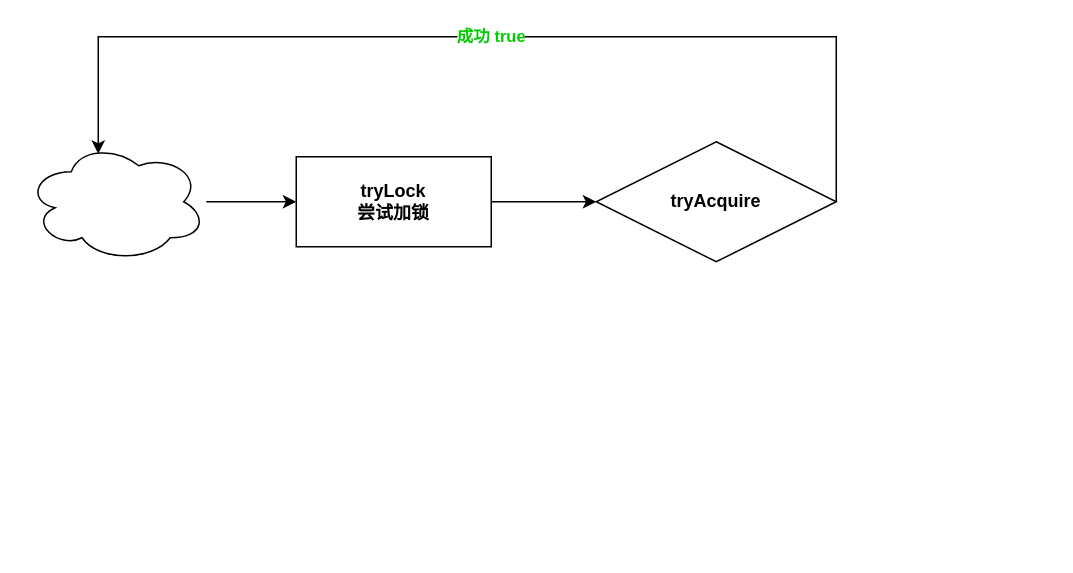
The draw.io diagram redisson分布式锁流程.drawio in ChrisFynnWang/algorithm, before the edit. Source tidied: cells renumbered, new cells numbered last; positions are measured from the earlier drawing's top-left corner, leaving out a move shared by most shapes. Both pictures are drawn from the tidied source at 150%, with x=0, y=0 at pixel (26, 36).
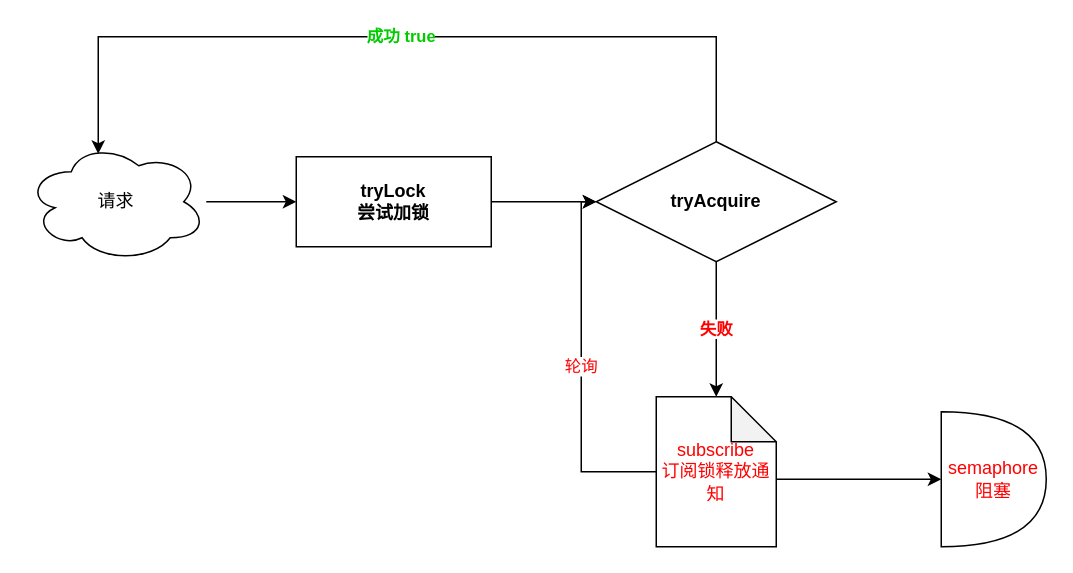
The same diagram, later.

Commit message (it also covers changes not shown here):
更新redisson分布式锁流程.drawio

What changed in the source:
```diff
@@
 <mxGraphModel>
   <root>
     <mxCell id="0" />
     <mxCell id="1" parent="0" />
     <mxCell id="2" style="edgeStyle=orthogonalEdgeStyle;rounded=0;jettySize=auto;html=1;entryX=0;entryY=0.5;entryDx=0;entryDy=0;" parent="1" edge="1" source="3" target="5">
       <mxGeometry relative="1" as="geometry" />
     </mxCell>
     <mxCell id="3" value="&lt;b&gt;tryLock&lt;br&gt;尝试加锁&lt;/b&gt;" style="rounded=0;whiteSpace=wrap;html=1;" parent="1" vertex="1">
       <mxGeometry x="180" y="80" width="130" height="60" as="geometry" />
     </mxCell>
-    <mxCell id="4" value="成功 true" style="edgeStyle=elbowEdgeStyle;rounded=0;jettySize=auto;html=1;exitX=1;exitY=0.5;exitDx=0;exitDy=0;fontColor=#00CC00;strokeColor=#000000;fillColor=#000000;entryX=0.4;entryY=0.1;entryDx=0;entryDy=0;entryPerimeter=0;elbow=vertical;fontStyle=1;" parent="1" edge="1" source="5" target="7">
+    <mxCell id="4" value="成功 true" style="edgeStyle=elbowEdgeStyle;rounded=0;jettySize=auto;html=1;fontColor=#00CC00;strokeColor=#000000;fillColor=#000000;entryX=0.4;entryY=0.1;entryDx=0;entryDy=0;entryPerimeter=0;elbow=vertical;fontStyle=1;exitX=0.5;exitY=0;exitDx=0;exitDy=0;" parent="1" edge="1" source="5" target="7">
       <mxGeometry relative="1" as="geometry">
         <Array as="points">
           <mxPoint x="290" />
         </Array>
       </mxGeometry>
     </mxCell>
+    <mxCell id="8" value="&lt;font color=&quot;#ff0000&quot;&gt;失败&lt;/font&gt;" style="edgeStyle=elbowEdgeStyle;rounded=0;jettySize=auto;elbow=vertical;html=1;exitX=0.5;exitY=1;exitDx=0;exitDy=0;entryX=0.5;entryY=0;entryDx=0;entryDy=0;fontColor=#000000;strokeColor=#000000;fillColor=#000000;fontStyle=1;entryPerimeter=0;" parent="1" edge="1" source="5" target="11">
+      <mxGeometry relative="1" as="geometry" />
+    </mxCell>
     <mxCell id="5" value="tryAcquire" style="rhombus;whiteSpace=wrap;html=1;fontStyle=1;" parent="1" vertex="1">
       <mxGeometry x="380" y="70" width="160" height="80" as="geometry" />
     </mxCell>
     <mxCell id="6" style="edgeStyle=orthogonalEdgeStyle;rounded=0;jettySize=auto;html=1;fontColor=#00CC00;strokeColor=#000000;fillColor=#000000;" parent="1" edge="1" source="7" target="3">
       <mxGeometry relative="1" as="geometry" />
     </mxCell>
-    <mxCell id="7" style="ellipse;shape=cloud;whiteSpace=wrap;html=1;fontColor=#00CC00;" parent="1" vertex="1">
+    <mxCell id="7" value="&lt;font color=&quot;#000000&quot;&gt;请求&lt;/font&gt;" style="ellipse;shape=cloud;whiteSpace=wrap;html=1;fontColor=#00CC00;" parent="1" vertex="1">
       <mxGeometry y="70" width="120" height="80" as="geometry" />
     </mxCell>
+    <mxCell id="9" value="轮询" style="edgeStyle=elbowEdgeStyle;rounded=0;jettySize=auto;elbow=vertical;html=1;entryX=0;entryY=0.5;entryDx=0;entryDy=0;fontColor=#FF0000;strokeColor=#000000;fillColor=#000000;" parent="1" edge="1" source="11" target="5">
+      <mxGeometry relative="1" as="geometry">
+        <Array as="points">
+          <mxPoint x="370" y="290" />
+        </Array>
+      </mxGeometry>
+    </mxCell>
+    <mxCell id="10" style="edgeStyle=elbowEdgeStyle;rounded=0;jettySize=auto;elbow=vertical;html=1;fontColor=#FF0000;strokeColor=#000000;fillColor=#000000;entryX=0;entryY=0.5;entryDx=0;entryDy=0;entryPerimeter=0;" parent="1" edge="1" source="11" target="12">
+      <mxGeometry relative="1" as="geometry" />
+    </mxCell>
+    <mxCell id="11" value="subscribe&lt;br&gt;订阅锁释放通知" style="shape=note;whiteSpace=wrap;html=1;backgroundOutline=1;darkOpacity=0.05;fontColor=#FF0000;" parent="1" vertex="1">
+      <mxGeometry x="420" y="240" width="80" height="100" as="geometry" />
+    </mxCell>
+    <mxCell id="12" value="semaphore&lt;br&gt;阻塞" style="shape=or;whiteSpace=wrap;html=1;fontColor=#FF0000;" parent="1" vertex="1">
+      <mxGeometry x="610" y="250" width="70" height="90" as="geometry" />
+    </mxCell>
   </root>
 </mxGraphModel>
```
